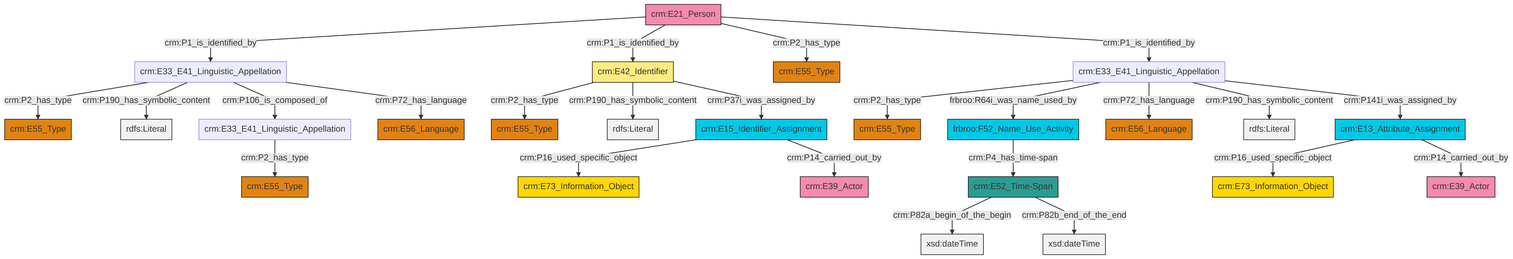
Before: et/personCSV/ttl/mmd/png/Person_Names_and_Classification.png, a diagram exported from Mermaid (swiss-art-research-net/docs.swissartresearch). Its source is kept beside it as et/personCSV/ttl/mmd/Person_Names_and_Classification.ttl.mmd.
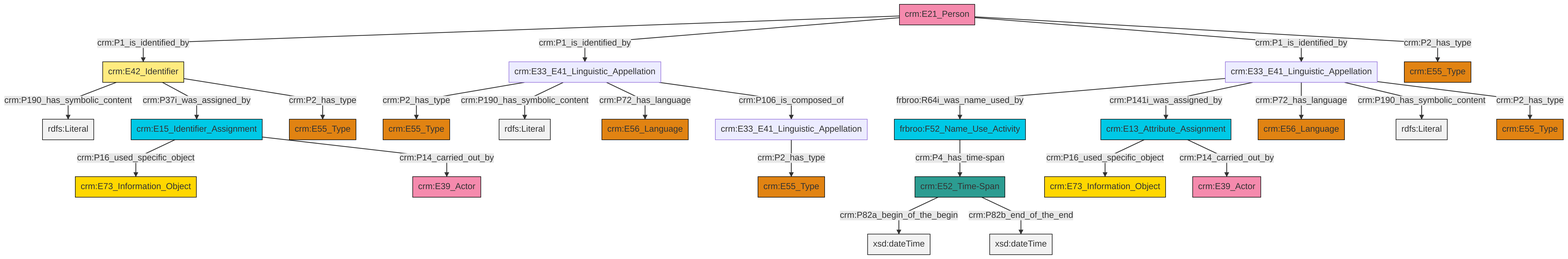
After the change.

Diff of the diagram source:
```diff
@@ -13,27 +13,27 @@
 classDef PC_Classes fill:#4ce600, stroke:#000000;
 classDef Multi fill:#cccccc,stroke:#000000;
 
-8["crm:E33_E41_Linguistic_Appellation"]:::Default -->|crm:P2_has_type| 9["crm:E55_Type"]:::Type
-14["crm:E42_Identifier"]:::Appellation -->|crm:P2_has_type| 15["crm:E55_Type"]:::Type
-0["crm:E21_Person"]:::Actor -->|crm:P1_is_identified_by| 8["crm:E33_E41_Linguistic_Appellation"]:::Default
-8["crm:E33_E41_Linguistic_Appellation"]:::Default -->|crm:P190_has_symbolic_content| 19[rdfs:Literal]:::Literal
-23["crm:E33_E41_Linguistic_Appellation"]:::Default -->|crm:P2_has_type| 24["crm:E55_Type"]:::Type
-4["crm:E33_E41_Linguistic_Appellation"]:::Default -->|crm:P2_has_type| 10["crm:E55_Type"]:::Type
-2["crm:E52_Time-Span"]:::Time-Span -->|crm:P82a_begin_of_the_begin| 26[xsd:dateTime]:::Literal
-6["crm:E15_Identifier_Assignment"]:::Temporal_Entity -->|crm:P16_used_specific_object| 27["crm:E73_Information_Object"]:::Conceptual_Object
-14["crm:E42_Identifier"]:::Appellation -->|crm:P190_has_symbolic_content| 33[rdfs:Literal]:::Literal
-23["crm:E33_E41_Linguistic_Appellation"]:::Default -->|frbroo:R64i_was_name_used_by| 28["frbroo:F52_Name_Use_Activity"]:::Temporal_Entity
-8["crm:E33_E41_Linguistic_Appellation"]:::Default -->|crm:P106_is_composed_of| 4["crm:E33_E41_Linguistic_Appellation"]:::Default
-0["crm:E21_Person"]:::Actor -->|crm:P1_is_identified_by| 14["crm:E42_Identifier"]:::Appellation
-28["frbroo:F52_Name_Use_Activity"]:::Temporal_Entity -->|crm:P4_has_time-span| 2["crm:E52_Time-Span"]:::Time-Span
-0["crm:E21_Person"]:::Actor -->|crm:P2_has_type| 34["crm:E55_Type"]:::Type
-6["crm:E15_Identifier_Assignment"]:::Temporal_Entity -->|crm:P14_carried_out_by| 38["crm:E39_Actor"]:::Actor
-2["crm:E52_Time-Span"]:::Time-Span -->|crm:P82b_end_of_the_end| 43[xsd:dateTime]:::Literal
-23["crm:E33_E41_Linguistic_Appellation"]:::Default -->|crm:P72_has_language| 30["crm:E56_Language"]:::Type
-17["crm:E13_Attribute_Assignment"]:::Temporal_Entity -->|crm:P16_used_specific_object| 21["crm:E73_Information_Object"]:::Conceptual_Object
-23["crm:E33_E41_Linguistic_Appellation"]:::Default -->|crm:P190_has_symbolic_content| 45[rdfs:Literal]:::Literal
-14["crm:E42_Identifier"]:::Appellation -->|crm:P37i_was_assigned_by| 6["crm:E15_Identifier_Assignment"]:::Temporal_Entity
-8["crm:E33_E41_Linguistic_Appellation"]:::Default -->|crm:P72_has_language| 12["crm:E56_Language"]:::Type
-17["crm:E13_Attribute_Assignment"]:::Temporal_Entity -->|crm:P14_carried_out_by| 39["crm:E39_Actor"]:::Actor
-0["crm:E21_Person"]:::Actor -->|crm:P1_is_identified_by| 23["crm:E33_E41_Linguistic_Appellation"]:::Default
-23["crm:E33_E41_Linguistic_Appellation"]:::Default -->|crm:P141i_was_assigned_by| 17["crm:E13_Attribute_Assignment"]:::Temporal_Entity
+0["crm:E13_Attribute_Assignment"]:::Temporal_Entity -->|crm:P16_used_specific_object| 1["crm:E73_Information_Object"]:::Conceptual_Object
+2["crm:E33_E41_Linguistic_Appellation"]:::Default -->|frbroo:R64i_was_name_used_by| 3["frbroo:F52_Name_Use_Activity"]:::Temporal_Entity
+4["crm:E15_Identifier_Assignment"]:::Temporal_Entity -->|crm:P16_used_specific_object| 5["crm:E73_Information_Object"]:::Conceptual_Object
+0["crm:E13_Attribute_Assignment"]:::Temporal_Entity -->|crm:P14_carried_out_by| 8["crm:E39_Actor"]:::Actor
+11["crm:E52_Time-Span"]:::Time-Span -->|crm:P82a_begin_of_the_begin| 12[xsd:dateTime]:::Literal
+4["crm:E15_Identifier_Assignment"]:::Temporal_Entity -->|crm:P14_carried_out_by| 15["crm:E39_Actor"]:::Actor
+24["crm:E42_Identifier"]:::Appellation -->|crm:P190_has_symbolic_content| 25[rdfs:Literal]:::Literal
+2["crm:E33_E41_Linguistic_Appellation"]:::Default -->|crm:P141i_was_assigned_by| 0["crm:E13_Attribute_Assignment"]:::Temporal_Entity
+28["crm:E33_E41_Linguistic_Appellation"]:::Default -->|crm:P2_has_type| 29["crm:E55_Type"]:::Type
+26["crm:E33_E41_Linguistic_Appellation"]:::Default -->|crm:P2_has_type| 19["crm:E55_Type"]:::Type
+30["crm:E21_Person"]:::Actor -->|crm:P1_is_identified_by| 24["crm:E42_Identifier"]:::Appellation
+30["crm:E21_Person"]:::Actor -->|crm:P1_is_identified_by| 26["crm:E33_E41_Linguistic_Appellation"]:::Default
+26["crm:E33_E41_Linguistic_Appellation"]:::Default -->|crm:P190_has_symbolic_content| 32[rdfs:Literal]:::Literal
+26["crm:E33_E41_Linguistic_Appellation"]:::Default -->|crm:P72_has_language| 13["crm:E56_Language"]:::Type
+24["crm:E42_Identifier"]:::Appellation -->|crm:P37i_was_assigned_by| 4["crm:E15_Identifier_Assignment"]:::Temporal_Entity
+2["crm:E33_E41_Linguistic_Appellation"]:::Default -->|crm:P72_has_language| 9["crm:E56_Language"]:::Type
+3["frbroo:F52_Name_Use_Activity"]:::Temporal_Entity -->|crm:P4_has_time-span| 11["crm:E52_Time-Span"]:::Time-Span
+30["crm:E21_Person"]:::Actor -->|crm:P1_is_identified_by| 2["crm:E33_E41_Linguistic_Appellation"]:::Default
+2["crm:E33_E41_Linguistic_Appellation"]:::Default -->|crm:P190_has_symbolic_content| 38[rdfs:Literal]:::Literal
+26["crm:E33_E41_Linguistic_Appellation"]:::Default -->|crm:P106_is_composed_of| 28["crm:E33_E41_Linguistic_Appellation"]:::Default
+2["crm:E33_E41_Linguistic_Appellation"]:::Default -->|crm:P2_has_type| 6["crm:E55_Type"]:::Type
+11["crm:E52_Time-Span"]:::Time-Span -->|crm:P82b_end_of_the_end| 41[xsd:dateTime]:::Literal
+24["crm:E42_Identifier"]:::Appellation -->|crm:P2_has_type| 33["crm:E55_Type"]:::Type
+30["crm:E21_Person"]:::Actor -->|crm:P2_has_type| 21["crm:E55_Type"]:::Type
```
